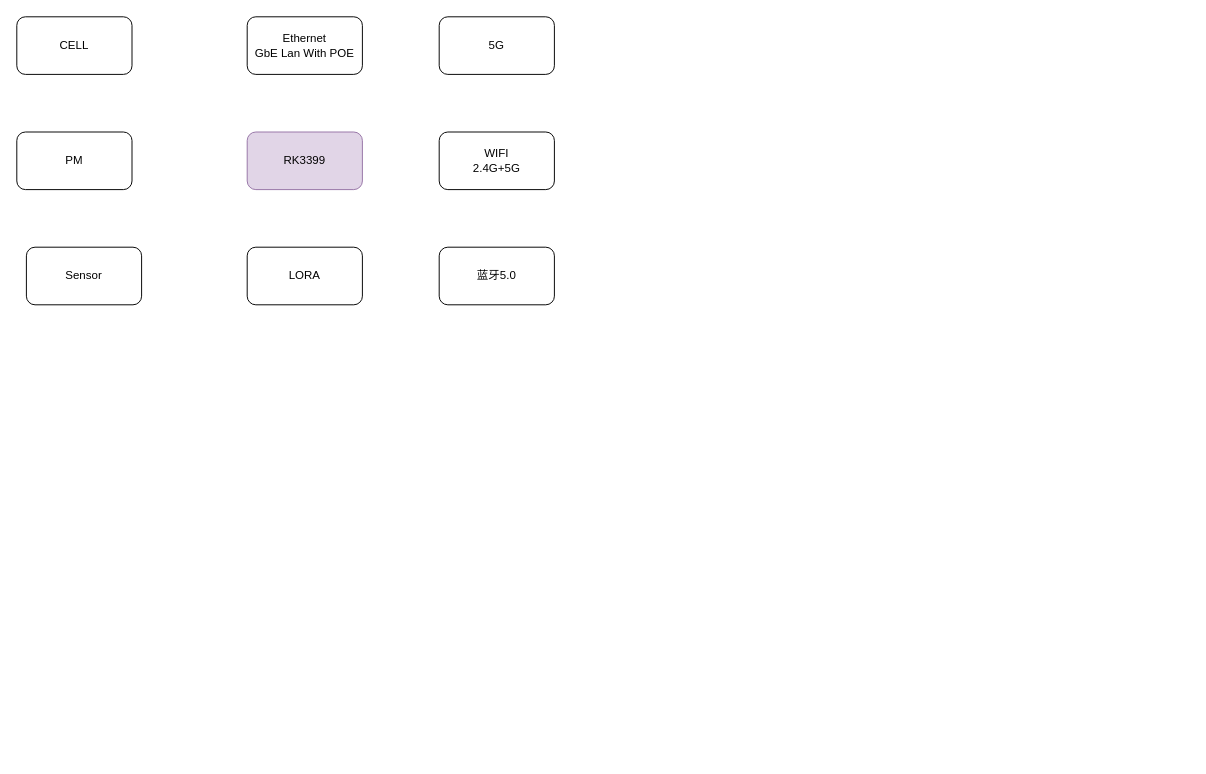
xiaowei0312/blog keeps this draw.io diagram as page "Full" (1 of 2) of Helium-Hotspot-Topologies.drawio. Above is the earlier version. Source tidied: cells renumbered, new cells numbered last; positions are measured from the earlier drawing's top-left corner, leaving out a move shared by most shapes. Both pictures are drawn from the tidied source at 96%, with x=0, y=0 at pixel (16, 16).
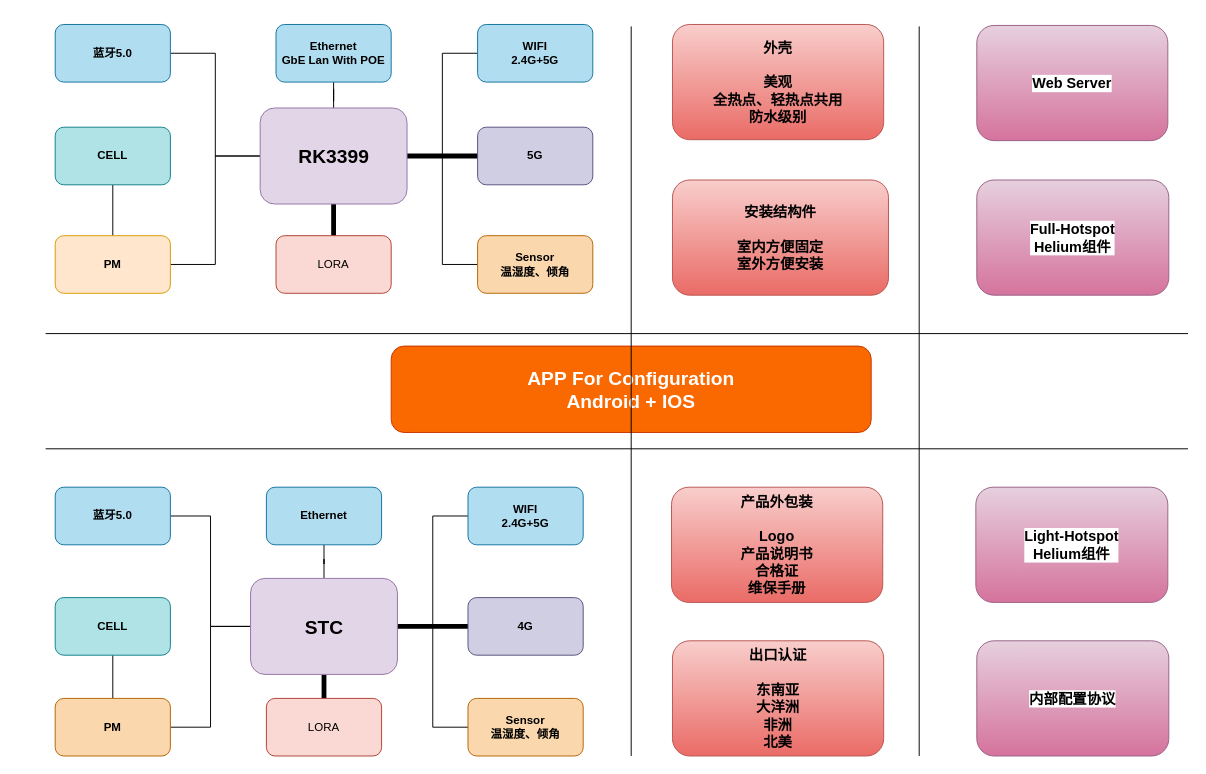
The same diagram, later.

Diff of the diagram source:
```diff
@@
+    <mxCell id="11" style="edgeStyle=orthogonalEdgeStyle;rounded=0;jettySize=auto;html=1;exitX=0;exitY=0.5;exitDx=0;exitDy=0;entryX=1;entryY=0.5;entryDx=0;entryDy=0;strokeColor=default;endArrow=none;endFill=0;" parent="1" edge="1" source="2" target="19">
+      <mxGeometry relative="1" as="geometry" />
+    </mxCell>
+    <mxCell id="12" style="edgeStyle=orthogonalEdgeStyle;rounded=0;jettySize=auto;html=1;endArrow=none;endFill=0;strokeWidth=5;" parent="1" edge="1" source="2" target="4">
+      <mxGeometry relative="1" as="geometry" />
+    </mxCell>
+    <mxCell id="13" style="edgeStyle=orthogonalEdgeStyle;rounded=0;jettySize=auto;html=1;entryX=0.5;entryY=0;entryDx=0;entryDy=0;endArrow=none;endFill=0;strokeWidth=5;" parent="1" edge="1" source="2" target="3">
+      <mxGeometry relative="1" as="geometry" />
+    </mxCell>
+    <mxCell id="14" style="edgeStyle=orthogonalEdgeStyle;rounded=0;jettySize=auto;html=1;exitX=1;exitY=0.5;exitDx=0;exitDy=0;entryX=0;entryY=0.5;entryDx=0;entryDy=0;endArrow=none;endFill=0;" parent="1" edge="1" source="2" target="6">
+      <mxGeometry relative="1" as="geometry" />
+    </mxCell>
+    <mxCell id="15" style="edgeStyle=orthogonalEdgeStyle;rounded=0;jettySize=auto;html=1;exitX=0.5;exitY=0;exitDx=0;exitDy=0;endArrow=none;endFill=0;" parent="1" edge="1" source="2" target="5">
+      <mxGeometry relative="1" as="geometry" />
+    </mxCell>
+    <mxCell id="16" style="edgeStyle=orthogonalEdgeStyle;rounded=0;jettySize=auto;html=1;exitX=0;exitY=0.5;exitDx=0;exitDy=0;endArrow=none;endFill=0;entryX=1;entryY=0.5;entryDx=0;entryDy=0;" parent="1" edge="1" source="2" target="10">
+      <mxGeometry relative="1" as="geometry" />
+    </mxCell>
+    <mxCell id="17" style="edgeStyle=orthogonalEdgeStyle;rounded=0;jettySize=auto;html=1;exitX=1;exitY=0.5;exitDx=0;exitDy=0;entryX=0;entryY=0.5;entryDx=0;entryDy=0;endArrow=none;endFill=0;" parent="1" edge="1" source="2" target="8">
+      <mxGeometry relative="1" as="geometry" />
+    </mxCell>
-    <mxCell id="2" value="RK3399" style="rounded=1;whiteSpace=wrap;html=1;fillColor=#e1d5e7;strokeColor=#9673a6;" parent="1" vertex="1">
-      <mxGeometry x="240" y="120" width="120" height="60" as="geometry" />
+    <mxCell id="2" value="RK3399" style="rounded=1;whiteSpace=wrap;html=1;fillColor=#e1d5e7;strokeColor=#9673a6;fontStyle=1;fontSize=20;" parent="1" vertex="1">
+      <mxGeometry x="253.5" y="95" width="153" height="100" as="geometry" />
     </mxCell>
-    <mxCell id="3" value="LORA" style="rounded=1;whiteSpace=wrap;html=1;" parent="1" vertex="1">
-      <mxGeometry x="240" y="240" width="120" height="60" as="geometry" />
+    <mxCell id="3" value="LORA" style="rounded=1;whiteSpace=wrap;html=1;fillColor=#fad9d5;strokeColor=#ae4132;" parent="1" vertex="1">
+      <mxGeometry x="270" y="228" width="120" height="60" as="geometry" />
     </mxCell>
-    <mxCell id="4" value="5G" style="rounded=1;whiteSpace=wrap;html=1;" parent="1" vertex="1">
-      <mxGeometry x="440" width="120" height="60" as="geometry" />
+    <mxCell id="4" value="5G" style="rounded=1;whiteSpace=wrap;html=1;fillColor=#d0cee2;strokeColor=#56517e;fontStyle=1;" parent="1" vertex="1">
+      <mxGeometry x="480" y="115" width="120" height="60" as="geometry" />
     </mxCell>
-    <mxCell id="5" value="Ethernet&lt;br&gt;GbE Lan With POE" style="rounded=1;whiteSpace=wrap;html=1;" parent="1" vertex="1">
-      <mxGeometry x="240" width="120" height="60" as="geometry" />
+    <mxCell id="5" value="Ethernet&lt;br&gt;GbE Lan With POE" style="rounded=1;whiteSpace=wrap;html=1;fillColor=#b1ddf0;strokeColor=#10739e;fontStyle=1;" parent="1" vertex="1">
+      <mxGeometry x="270" y="8" width="120" height="60" as="geometry" />
     </mxCell>
-    <mxCell id="6" value="WIFI&lt;br&gt;2.4G+5G" style="rounded=1;whiteSpace=wrap;html=1;" parent="1" vertex="1">
-      <mxGeometry x="440" y="120" width="120" height="60" as="geometry" />
+    <mxCell id="6" value="WIFI&lt;br&gt;2.4G+5G" style="rounded=1;whiteSpace=wrap;html=1;fillColor=#b1ddf0;strokeColor=#10739e;fontStyle=1;" parent="1" vertex="1">
+      <mxGeometry x="480" y="8" width="120" height="60" as="geometry" />
     </mxCell>
-    <mxCell id="7" value="蓝牙5.0" style="rounded=1;whiteSpace=wrap;html=1;" parent="1" vertex="1">
-      <mxGeometry x="440" y="240" width="120" height="60" as="geometry" />
-    </mxCell>
-    <mxCell id="8" value="Sensor" style="rounded=1;whiteSpace=wrap;html=1;" parent="1" vertex="1">
-      <mxGeometry x="10" y="240" width="120" height="60" as="geometry" />
+    <mxCell id="8" value="Sensor&lt;br&gt;温湿度、倾角" style="rounded=1;whiteSpace=wrap;html=1;fillColor=#fad7ac;strokeColor=#b46504;fontStyle=1;" parent="1" vertex="1">
+      <mxGeometry x="480" y="228" width="120" height="60" as="geometry" />
     </mxCell>
-    <mxCell id="9" value="CELL" style="rounded=1;whiteSpace=wrap;html=1;" parent="1" vertex="1">
-      <mxGeometry width="120" height="60" as="geometry" />
-    </mxCell>
+    <mxCell id="18" style="edgeStyle=orthogonalEdgeStyle;rounded=0;jettySize=auto;html=1;fontSize=1;endArrow=none;endFill=0;strokeColor=default;strokeWidth=1;" parent="1" edge="1" source="10" target="37">
+      <mxGeometry relative="1" as="geometry" />
+    </mxCell>
-    <mxCell id="10" value="PM" style="rounded=1;whiteSpace=wrap;html=1;" parent="1" vertex="1">
-      <mxGeometry y="120" width="120" height="60" as="geometry" />
+    <mxCell id="10" value="PM" style="rounded=1;whiteSpace=wrap;html=1;fillColor=#ffe6cc;fontStyle=1;strokeColor=#d79b00;" parent="1" vertex="1">
+      <mxGeometry x="40" y="228" width="120" height="60" as="geometry" />
     </mxCell>
+    <mxCell id="19" value="蓝牙5.0" style="rounded=1;whiteSpace=wrap;html=1;fillColor=#b1ddf0;strokeColor=#10739e;fontStyle=1;" parent="1" vertex="1">
+      <mxGeometry x="40" y="8" width="120" height="60" as="geometry" />
+    </mxCell>
+    <mxCell id="20" style="edgeStyle=orthogonalEdgeStyle;rounded=0;jettySize=auto;html=1;exitX=0;exitY=0.5;exitDx=0;exitDy=0;entryX=1;entryY=0.5;entryDx=0;entryDy=0;strokeColor=default;endArrow=none;endFill=0;" parent="1" edge="1" source="27" target="36">
+      <mxGeometry relative="1" as="geometry" />
+    </mxCell>
+    <mxCell id="21" style="edgeStyle=orthogonalEdgeStyle;rounded=0;jettySize=auto;html=1;endArrow=none;endFill=0;strokeWidth=5;" parent="1" edge="1" source="27" target="29">
+      <mxGeometry relative="1" as="geometry" />
+    </mxCell>
+    <mxCell id="22" style="edgeStyle=orthogonalEdgeStyle;rounded=0;jettySize=auto;html=1;entryX=0.5;entryY=0;entryDx=0;entryDy=0;endArrow=none;endFill=0;strokeWidth=5;" parent="1" edge="1" source="27" target="28">
+      <mxGeometry relative="1" as="geometry" />
+    </mxCell>
+    <mxCell id="23" style="edgeStyle=orthogonalEdgeStyle;rounded=0;jettySize=auto;html=1;exitX=1;exitY=0.5;exitDx=0;exitDy=0;entryX=0;entryY=0.5;entryDx=0;entryDy=0;endArrow=none;endFill=0;" parent="1" edge="1" source="27" target="31">
+      <mxGeometry relative="1" as="geometry" />
+    </mxCell>
+    <mxCell id="24" style="edgeStyle=orthogonalEdgeStyle;rounded=0;jettySize=auto;html=1;exitX=0.5;exitY=0;exitDx=0;exitDy=0;endArrow=none;endFill=0;" parent="1" edge="1" source="27" target="30">
+      <mxGeometry relative="1" as="geometry" />
+    </mxCell>
+    <mxCell id="25" style="edgeStyle=orthogonalEdgeStyle;rounded=0;jettySize=auto;html=1;exitX=0;exitY=0.5;exitDx=0;exitDy=0;endArrow=none;endFill=0;entryX=1;entryY=0.5;entryDx=0;entryDy=0;" parent="1" edge="1" source="27" target="34">
+      <mxGeometry relative="1" as="geometry" />
+    </mxCell>
+    <mxCell id="26" style="edgeStyle=orthogonalEdgeStyle;rounded=0;jettySize=auto;html=1;exitX=1;exitY=0.5;exitDx=0;exitDy=0;entryX=0;entryY=0.5;entryDx=0;entryDy=0;endArrow=none;endFill=0;" parent="1" edge="1" source="27" target="32">
+      <mxGeometry relative="1" as="geometry" />
+    </mxCell>
+    <mxCell id="27" value="STC" style="rounded=1;whiteSpace=wrap;html=1;fillColor=#e1d5e7;strokeColor=#9673a6;fontStyle=1;fontSize=20;" parent="1" vertex="1">
+      <mxGeometry x="243.5" y="585" width="153" height="100" as="geometry" />
+    </mxCell>
+    <mxCell id="28" value="LORA" style="rounded=1;whiteSpace=wrap;html=1;fillColor=#fad9d5;strokeColor=#ae4132;" parent="1" vertex="1">
+      <mxGeometry x="260" y="710" width="120" height="60" as="geometry" />
+    </mxCell>
+    <mxCell id="29" value="4G" style="rounded=1;whiteSpace=wrap;html=1;fillColor=#d0cee2;strokeColor=#56517e;fontStyle=1;" parent="1" vertex="1">
+      <mxGeometry x="470" y="605" width="120" height="60" as="geometry" />
+    </mxCell>
+    <mxCell id="30" value="Ethernet" style="rounded=1;whiteSpace=wrap;html=1;fillColor=#b1ddf0;strokeColor=#10739e;fontStyle=1;" parent="1" vertex="1">
+      <mxGeometry x="260" y="490" width="120" height="60" as="geometry" />
+    </mxCell>
+    <mxCell id="31" value="WIFI&lt;br&gt;2.4G+5G" style="rounded=1;whiteSpace=wrap;html=1;fillColor=#b1ddf0;strokeColor=#10739e;fontStyle=1;" parent="1" vertex="1">
+      <mxGeometry x="470" y="490" width="120" height="60" as="geometry" />
+    </mxCell>
+    <mxCell id="32" value="Sensor&lt;br&gt;温湿度、倾角" style="rounded=1;whiteSpace=wrap;html=1;fillColor=#fad7ac;strokeColor=#b46504;fontStyle=1;" parent="1" vertex="1">
+      <mxGeometry x="470" y="710" width="120" height="60" as="geometry" />
+    </mxCell>
+    <mxCell id="33" style="edgeStyle=orthogonalEdgeStyle;rounded=0;jettySize=auto;html=1;endArrow=none;endFill=0;" parent="1" edge="1" source="34" target="35">
+      <mxGeometry relative="1" as="geometry" />
+    </mxCell>
+    <mxCell id="34" value="PM" style="rounded=1;whiteSpace=wrap;html=1;fillColor=#fad7ac;strokeColor=#b46504;fontStyle=1;" parent="1" vertex="1">
+      <mxGeometry x="40" y="710" width="120" height="60" as="geometry" />
+    </mxCell>
+    <mxCell id="35" value="CELL" style="rounded=1;whiteSpace=wrap;html=1;fillColor=#b0e3e6;strokeColor=#0e8088;fontStyle=1;" parent="1" vertex="1">
+      <mxGeometry x="40" y="605" width="120" height="60" as="geometry" />
+    </mxCell>
+    <mxCell id="36" value="蓝牙5.0" style="rounded=1;whiteSpace=wrap;html=1;fillColor=#b1ddf0;strokeColor=#10739e;fontStyle=1;" parent="1" vertex="1">
+      <mxGeometry x="40" y="490" width="120" height="60" as="geometry" />
+    </mxCell>
+    <mxCell id="37" value="CELL" style="rounded=1;whiteSpace=wrap;html=1;fillColor=#b0e3e6;strokeColor=#0e8088;fontStyle=1;" parent="1" vertex="1">
+      <mxGeometry x="40" y="115" width="120" height="60" as="geometry" />
+    </mxCell>
+    <mxCell id="38" style="endArrow=none;html=1;rounded=0;fontSize=1;strokeColor=default;strokeWidth=1;" parent="1" edge="1">
+      <mxGeometry relative="1" as="geometry">
+        <mxPoint x="30" y="330" as="sourcePoint" />
+        <mxPoint x="1220" y="330" as="targetPoint" />
+      </mxGeometry>
+    </mxCell>
+    <mxCell id="39" style="endArrow=none;html=1;rounded=0;fontSize=1;strokeColor=default;strokeWidth=1;" parent="1" edge="1">
+      <mxGeometry relative="1" as="geometry">
+        <mxPoint x="30" y="450" as="sourcePoint" />
+        <mxPoint x="1220" y="450" as="targetPoint" />
+      </mxGeometry>
+    </mxCell>
+    <mxCell id="40" value="APP&amp;nbsp;For Configuration&lt;br style=&quot;font-size: 20px;&quot;&gt;Android + IOS" style="rounded=1;whiteSpace=wrap;html=1;fontSize=20;fillColor=#fa6800;fontColor=#FFFFFF;strokeColor=#C73500;fontStyle=1;" parent="1" vertex="1">
+      <mxGeometry x="390" y="343" width="500" height="90" as="geometry" />
+    </mxCell>
+    <mxCell id="41" style="endArrow=none;html=1;rounded=0;fontSize=10;fontColor=#FFFFFF;strokeColor=default;strokeWidth=1;" parent="1" edge="1">
+      <mxGeometry relative="1" as="geometry">
+        <mxPoint x="640" y="770" as="sourcePoint" />
+        <mxPoint x="640" y="10" as="targetPoint" />
+      </mxGeometry>
+    </mxCell>
+    <mxCell id="42" value="外壳&lt;br style=&quot;font-size: 15px&quot;&gt;&lt;br style=&quot;font-size: 15px&quot;&gt;美观&lt;br style=&quot;font-size: 15px&quot;&gt;全热点、轻热点共用&lt;br style=&quot;font-size: 15px&quot;&gt;防水级别" style="rounded=1;whiteSpace=wrap;html=1;fontSize=15;fillColor=#f8cecc;gradientColor=#ea6b66;strokeColor=#b85450;fontStyle=1;" parent="1" vertex="1">
+      <mxGeometry x="683" y="8" width="220" height="120" as="geometry" />
+    </mxCell>
+    <mxCell id="43" value="安装结构件&lt;br style=&quot;font-size: 15px;&quot;&gt;&lt;br style=&quot;font-size: 15px;&quot;&gt;室内方便固定&lt;br style=&quot;font-size: 15px;&quot;&gt;室外方便安装" style="rounded=1;whiteSpace=wrap;html=1;fontSize=15;fillColor=#f8cecc;gradientColor=#ea6b66;strokeColor=#b85450;fontStyle=1;" parent="1" vertex="1">
+      <mxGeometry x="683" y="170" width="225" height="120" as="geometry" />
+    </mxCell>
+    <mxCell id="44" value="产品外包装&lt;br style=&quot;font-size: 15px;&quot;&gt;&lt;br style=&quot;font-size: 15px;&quot;&gt;Logo&lt;br style=&quot;font-size: 15px;&quot;&gt;产品说明书&lt;br style=&quot;font-size: 15px;&quot;&gt;合格证&lt;br style=&quot;font-size: 15px;&quot;&gt;维保手册" style="rounded=1;whiteSpace=wrap;html=1;fontSize=15;fillColor=#f8cecc;gradientColor=#ea6b66;strokeColor=#b85450;fontStyle=1;" parent="1" vertex="1">
+      <mxGeometry x="682" y="490" width="220" height="120" as="geometry" />
+    </mxCell>
+    <mxCell id="45" style="endArrow=none;html=1;rounded=0;fontSize=10;fontColor=#FFFFFF;strokeColor=default;strokeWidth=1;" parent="1" edge="1">
+      <mxGeometry relative="1" as="geometry">
+        <mxPoint x="940" y="770" as="sourcePoint" />
+        <mxPoint x="940" y="10" as="targetPoint" />
+      </mxGeometry>
+    </mxCell>
+    <mxCell id="46" value="Web Server" style="rounded=1;whiteSpace=wrap;html=1;labelBackgroundColor=#ffffff;fontSize=15;fillColor=#e6d0de;strokeColor=#996185;gradientColor=#d5739d;fontColor=#000000;fontStyle=1;perimeterSpacing=1;" parent="1" vertex="1">
+      <mxGeometry x="1000" y="9" width="199" height="120" as="geometry" />
+    </mxCell>
+    <mxCell id="47" value="内部配置协议" style="rounded=1;whiteSpace=wrap;html=1;labelBackgroundColor=#ffffff;fontSize=15;fillColor=#e6d0de;strokeColor=#996185;gradientColor=#d5739d;fontColor=#000000;fontStyle=1;" parent="1" vertex="1">
+      <mxGeometry x="1000" y="650" width="200" height="120" as="geometry" />
+    </mxCell>
+    <mxCell id="48" value="Full-Hotspot&lt;br&gt;Helium组件" style="rounded=1;whiteSpace=wrap;html=1;labelBackgroundColor=#ffffff;fontSize=15;fillColor=#e6d0de;strokeColor=#996185;gradientColor=#d5739d;fontColor=#000000;fontStyle=1;" parent="1" vertex="1">
+      <mxGeometry x="1000" y="170" width="200" height="120" as="geometry" />
+    </mxCell>
+    <mxCell id="49" value="出口认证&lt;br style=&quot;font-size: 15px&quot;&gt;&lt;br style=&quot;font-size: 15px&quot;&gt;东南亚&lt;br style=&quot;font-size: 15px&quot;&gt;大洋洲&lt;br&gt;非洲&lt;br&gt;北美" style="rounded=1;whiteSpace=wrap;html=1;fontSize=15;fillColor=#f8cecc;gradientColor=#ea6b66;strokeColor=#b85450;fontStyle=1;" parent="1" vertex="1">
+      <mxGeometry x="683" y="650" width="220" height="120" as="geometry" />
+    </mxCell>
+    <mxCell id="50" value="Light-Hotspot&lt;br&gt;Helium组件" style="rounded=1;whiteSpace=wrap;html=1;labelBackgroundColor=#ffffff;fontSize=15;fillColor=#e6d0de;strokeColor=#996185;gradientColor=#d5739d;fontColor=#000000;fontStyle=1;" parent="1" vertex="1">
+      <mxGeometry x="999" y="490" width="200" height="120" as="geometry" />
+    </mxCell>
```
